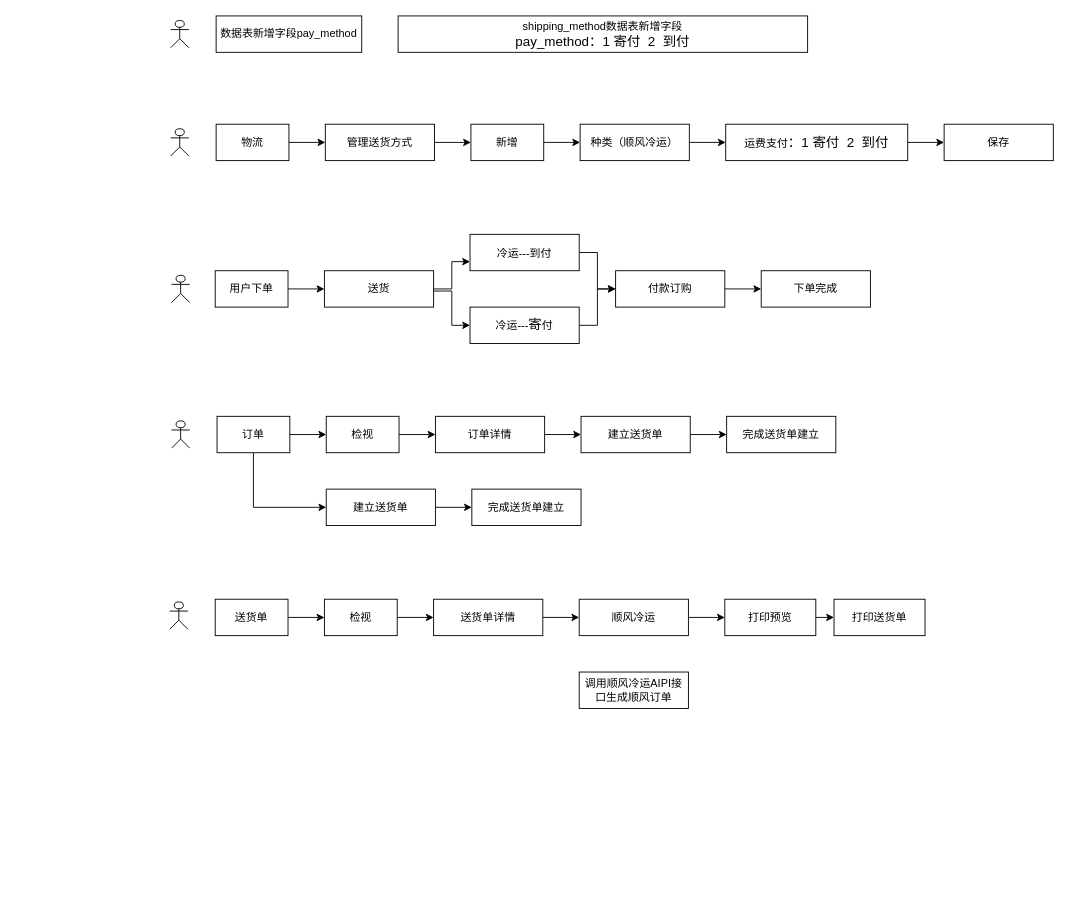
Earlier version of the draw.io diagram w2kmeDiagram.drawio (w2kme/myweb). Source tidied: cells renumbered, new cells numbered last; positions are measured from the earlier drawing's top-left corner, leaving out a move shared by most shapes. Both pictures are drawn from the tidied source at 91%, with x=0, y=0 at pixel (169, 15).
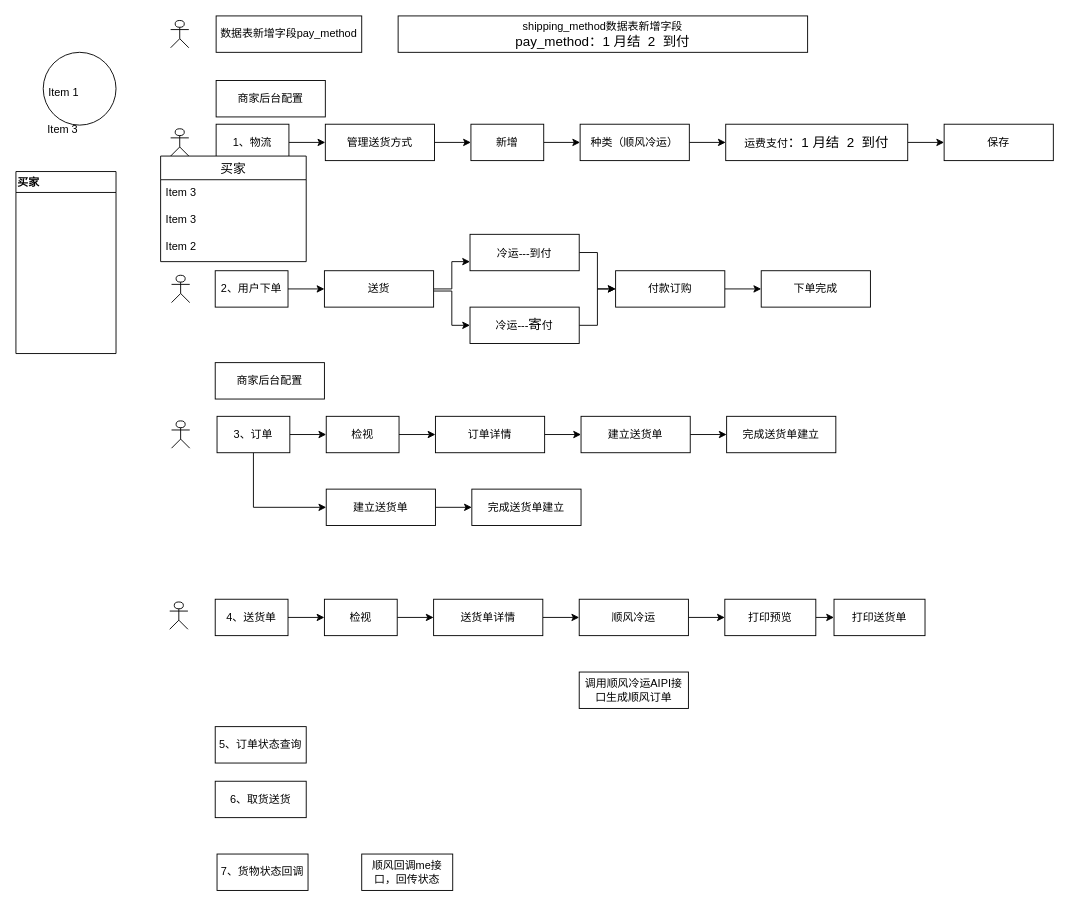
The same page after the edit.

Change to the diagram source:
```diff
@@
-    <mxCell id="3" value="物流" style="rounded=0;whiteSpace=wrap;html=1;" parent="1" vertex="1">
+    <mxCell id="3" value="1、物流" style="rounded=0;whiteSpace=wrap;html=1;" parent="1" vertex="1">
       <mxGeometry x="51" y="119" width="80" height="40" as="geometry" />
     </mxCell>
@@
-    <mxCell id="7" value="&lt;div&gt;shipping_method数据表新增字段&lt;span style=&quot;font-size: 11.04pt ; font-family: &amp;#34;calibri&amp;#34; ; color: rgb(0 , 0 , 0)&quot;&gt;&lt;br&gt;&lt;/span&gt;&lt;div align=&quot;left&quot;&gt;&lt;span style=&quot;font-size: 11.04pt ; font-family: &amp;#34;calibri&amp;#34; ; color: rgb(0 , 0 , 0)&quot;&gt;pay_method：1 寄付&amp;nbsp; 2&amp;nbsp; 到付&lt;br&gt;&lt;/span&gt;&lt;/div&gt;&lt;/div&gt;" style="rounded=0;whiteSpace=wrap;html=1;" parent="1" vertex="1">
+    <mxCell id="7" value="&lt;div&gt;shipping_method数据表新增字段&lt;span style=&quot;font-size: 11.04pt ; font-family: &amp;#34;calibri&amp;#34; ; color: rgb(0 , 0 , 0)&quot;&gt;&lt;br&gt;&lt;/span&gt;&lt;div align=&quot;left&quot;&gt;&lt;span style=&quot;font-size: 11.04pt ; font-family: &amp;#34;calibri&amp;#34; ; color: rgb(0 , 0 , 0)&quot;&gt;pay_method：1 月结&amp;nbsp; 2&amp;nbsp; 到付&lt;br&gt;&lt;/span&gt;&lt;/div&gt;&lt;/div&gt;" style="rounded=0;whiteSpace=wrap;html=1;" parent="1" vertex="1">
       <mxGeometry x="251" width="450" height="40" as="geometry" />
     </mxCell>
@@
-    <mxCell id="13" value="&lt;div&gt;运费支付&lt;span style=&quot;font-size: 11.04pt ; font-family: &amp;#34;calibri&amp;#34; ; color: rgb(0 , 0 , 0)&quot;&gt;：1 &lt;/span&gt;&lt;span style=&quot;font-size: 11.04pt ; font-family: &amp;#34;calibri&amp;#34; ; color: rgb(0 , 0 , 0)&quot;&gt;&lt;span style=&quot;font-size: 11.04pt ; font-family: &amp;#34;calibri&amp;#34; ; color: rgb(0 , 0 , 0)&quot;&gt;寄&lt;/span&gt;付&amp;nbsp; 2&amp;nbsp; 到付&lt;br&gt;&lt;/span&gt;&lt;span style=&quot;font-size: 11.04pt ; font-family: &amp;#34;calibri&amp;#34; ; color: rgb(0 , 0 , 0)&quot;&gt;&lt;/span&gt;&lt;/div&gt;" style="rounded=0;whiteSpace=wrap;html=1;" parent="1" vertex="1">
+    <mxCell id="13" value="&lt;div&gt;运费支付&lt;span style=&quot;font-size: 11.04pt ; font-family: &amp;#34;calibri&amp;#34; ; color: rgb(0 , 0 , 0)&quot;&gt;：1 &lt;/span&gt;&lt;span style=&quot;font-size: 11.04pt ; font-family: &amp;#34;calibri&amp;#34; ; color: rgb(0 , 0 , 0)&quot;&gt;&lt;span style=&quot;font-size: 11.04pt ; font-family: &amp;#34;calibri&amp;#34; ; color: rgb(0 , 0 , 0)&quot;&gt;&lt;span style=&quot;font-size: 11.04pt ; font-family: &amp;#34;calibri&amp;#34; ; color: rgb(0 , 0 , 0)&quot;&gt;月结&lt;/span&gt;&lt;/span&gt;&amp;nbsp; 2&amp;nbsp; 到付&lt;br&gt;&lt;/span&gt;&lt;span style=&quot;font-size: 11.04pt ; font-family: &amp;#34;calibri&amp;#34; ; color: rgb(0 , 0 , 0)&quot;&gt;&lt;/span&gt;&lt;/div&gt;" style="rounded=0;whiteSpace=wrap;html=1;" parent="1" vertex="1">
       <mxGeometry x="611" y="119" width="200" height="40" as="geometry" />
     </mxCell>
@@
-    <mxCell id="15" value="用户下单" style="rounded=0;whiteSpace=wrap;html=1;" parent="1" vertex="1">
+    <mxCell id="15" value="2、用户下单" style="rounded=0;whiteSpace=wrap;html=1;" parent="1" vertex="1">
       <mxGeometry x="50" y="280" width="80" height="40" as="geometry" />
     </mxCell>
@@
-    <mxCell id="31" value="订单" style="rounded=0;whiteSpace=wrap;html=1;" parent="1" vertex="1">
+    <mxCell id="31" value="3、订单" style="rounded=0;whiteSpace=wrap;html=1;" parent="1" vertex="1">
       <mxGeometry x="52" y="440" width="80" height="40" as="geometry" />
     </mxCell>
@@
-    <mxCell id="44" value="送货单" style="rounded=0;whiteSpace=wrap;html=1;" parent="1" vertex="1">
+    <mxCell id="44" value="4、送货单" style="rounded=0;whiteSpace=wrap;html=1;" parent="1" vertex="1">
       <mxGeometry x="50" y="641" width="80" height="40" as="geometry" />
     </mxCell>
@@
+    <mxCell id="57" value="商家后台配置" style="rounded=0;whiteSpace=wrap;html=1;" parent="1" vertex="1">
+      <mxGeometry x="51" y="71" width="120" height="40" as="geometry" />
+    </mxCell>
+    <mxCell id="58" value="商家后台配置" style="rounded=0;whiteSpace=wrap;html=1;" parent="1" vertex="1">
+      <mxGeometry x="50" y="381" width="120" height="40" as="geometry" />
+    </mxCell>
+    <mxCell id="59" value="6、取货送货" style="rounded=0;whiteSpace=wrap;html=1;" parent="1" vertex="1">
+      <mxGeometry x="50" y="841" width="100" height="40" as="geometry" />
+    </mxCell>
+    <mxCell id="60" value="5、订单状态查询" style="rounded=0;whiteSpace=wrap;html=1;" parent="1" vertex="1">
+      <mxGeometry x="50" y="781" width="100" height="40" as="geometry" />
+    </mxCell>
+    <mxCell id="61" value="7、货物状态回调" style="rounded=0;whiteSpace=wrap;html=1;" parent="1" vertex="1">
+      <mxGeometry x="52" y="921" width="100" height="40" as="geometry" />
+    </mxCell>
+    <mxCell id="62" value="顺风回调me接口，回传状态" style="rounded=0;whiteSpace=wrap;html=1;" parent="1" vertex="1">
+      <mxGeometry x="211" y="921" width="100" height="40" as="geometry" />
+    </mxCell>
+    <mxCell id="63" style="ellipse;whiteSpace=wrap;html=1;align=left;" parent="1" vertex="1">
+      <mxGeometry x="-139" y="40" width="80" height="80" as="geometry" />
+    </mxCell>
+    <mxCell id="64" value="买家" style="swimlane;align=left;startSize=23;" parent="1" vertex="1">
+      <mxGeometry x="-169" y="171" width="110" height="200" as="geometry" />
+    </mxCell>
+    <mxCell id="65" value="买家" style="swimlane;fontStyle=0;horizontal=1;startSize=26;align=center;fontSize=14;" parent="1" vertex="1">
+      <mxGeometry x="-10" y="154" width="160" height="116" as="geometry" />
+    </mxCell>
+    <mxCell id="66" value="Item 3" style="text;strokeColor=none;fillColor=none;spacingLeft=4;spacingRight=4;overflow=hidden;fontSize=12;align=left;" parent="65" vertex="1">
+      <mxGeometry y="26" width="160" height="30" as="geometry" />
+    </mxCell>
+    <mxCell id="67" value="Item 3" style="text;strokeColor=none;fillColor=none;spacingLeft=4;spacingRight=4;overflow=hidden;fontSize=12;align=left;" parent="65" vertex="1">
+      <mxGeometry y="56" width="160" height="30" as="geometry" />
+    </mxCell>
+    <mxCell id="68" value="Item 2" style="text;strokeColor=none;fillColor=none;spacingLeft=4;spacingRight=4;overflow=hidden;fontSize=12;align=left;" parent="65" vertex="1">
+      <mxGeometry y="86" width="160" height="30" as="geometry" />
+    </mxCell>
+    <mxCell id="69" value="Item 3" style="text;strokeColor=none;fillColor=none;spacingLeft=4;spacingRight=4;overflow=hidden;fontSize=12;align=left;" parent="1" vertex="1">
+      <mxGeometry x="-140" y="111" width="160" height="30" as="geometry" />
+    </mxCell>
+    <mxCell id="70" value="Item 1" style="text;strokeColor=none;fillColor=none;spacingLeft=4;spacingRight=4;overflow=hidden;fontSize=12;align=left;" parent="1" vertex="1">
+      <mxGeometry x="-139" y="71" width="160" height="30" as="geometry" />
+    </mxCell>
```
